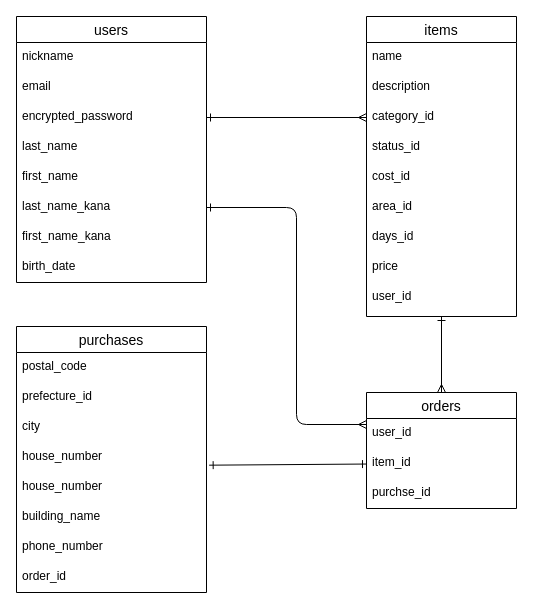
Earlier version of the draw.io diagram furima.dio (sfsf700/furima-38227). Source tidied: cells renumbered, new cells numbered last; positions are measured from the earlier drawing's top-left corner, leaving out a move shared by most shapes. Both pictures are drawn from the tidied source at 100%, with x=0, y=0 at pixel (16, 16).
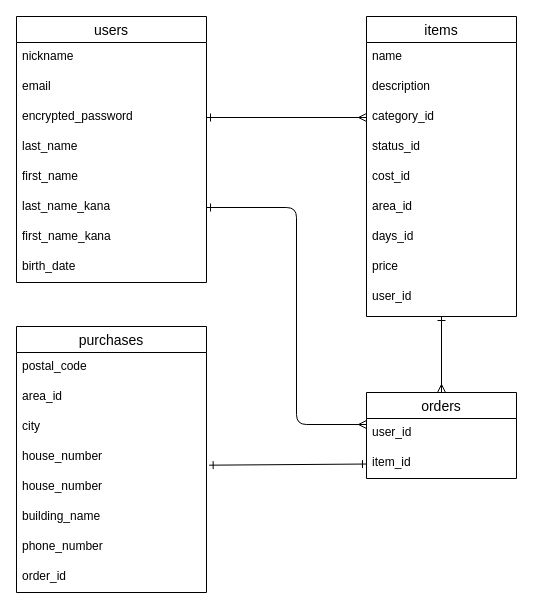
The same diagram, later.

Commit message:
データベース設計の修正#5

The change refers to these unchanged cells:
```xml
<mxCell id="23" value="purchases" style="swimlane;fontStyle=0;horizontal=1;startSize=26;align=center;fontSize=14;" parent="1" vertex="1">
  <mxGeometry y="310" width="190" height="266" as="geometry" />
</mxCell>
```

The edit, as a diff of the source:
```diff
@@
-    <mxCell id="25" value="prefecture_id" style="text;strokeColor=none;fillColor=none;spacingLeft=4;spacingRight=4;overflow=hidden;fontSize=12;" parent="23" vertex="1">
+    <mxCell id="25" value="area_id" style="text;strokeColor=none;fillColor=none;spacingLeft=4;spacingRight=4;overflow=hidden;fontSize=12;" parent="23" vertex="1">
       <mxGeometry y="56" width="190" height="30" as="geometry" />
     </mxCell>
@@
     <mxCell id="32" value="orders" style="swimlane;fontStyle=0;horizontal=1;startSize=26;align=center;fontSize=14;" parent="1" vertex="1">
-      <mxGeometry x="350" y="376" width="150" height="116" as="geometry" />
+      <mxGeometry x="350" y="376" width="150" height="86" as="geometry" />
     </mxCell>
@@
-    <mxCell id="35" value="purchse_id" style="text;strokeColor=none;fillColor=none;spacingLeft=4;spacingRight=4;overflow=hidden;fontSize=12;" parent="32" vertex="1">
-      <mxGeometry y="86" width="150" height="30" as="geometry" />
-    </mxCell>
```
